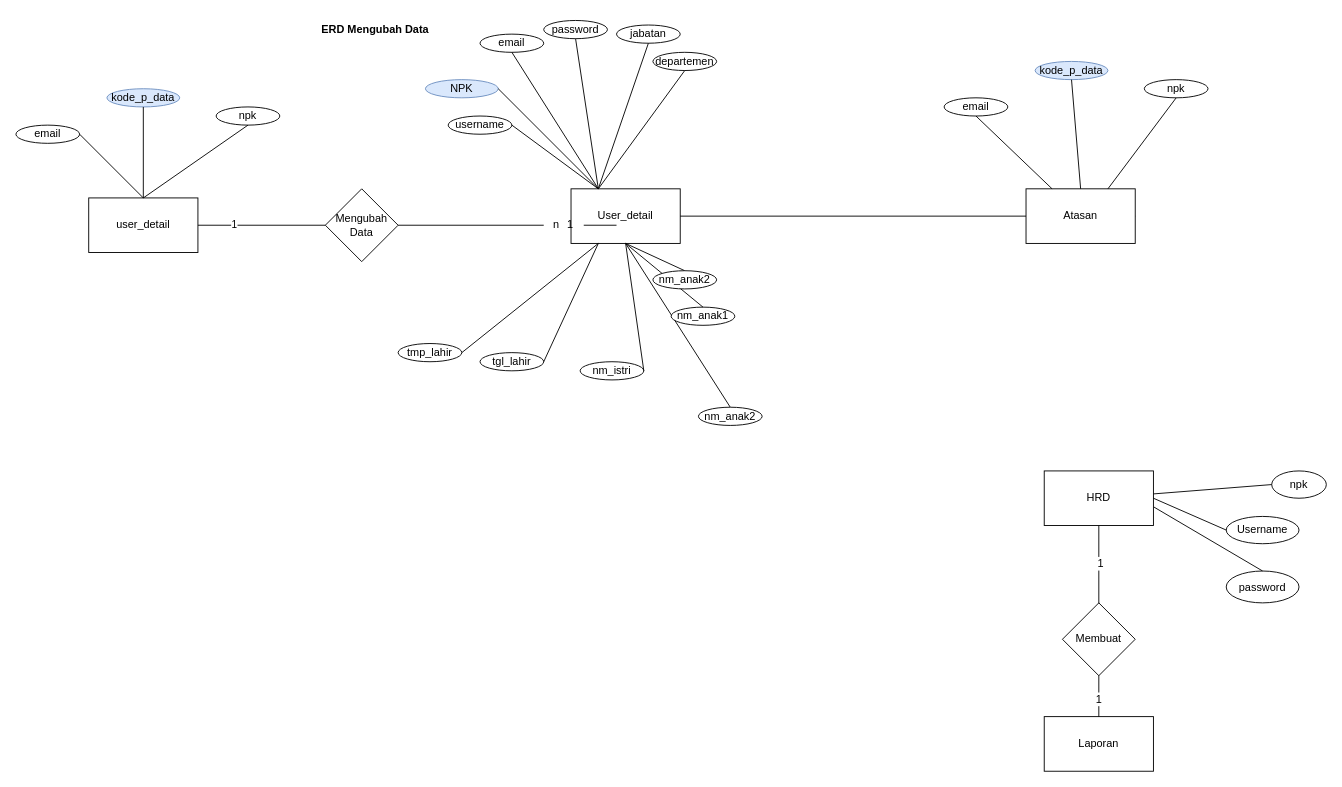
Earlier version of the draw.io diagram page "ERD" (2 of 6) of ERDS1AR/ERD S1AR.drawio (magang-aiia/ERD-Diagram). Source tidied: cells renumbered, new cells numbered last; positions are measured from the earlier drawing's top-left corner, leaving out a move shared by most shapes. Both pictures are drawn from the tidied source at 91%, with x=0, y=0 at pixel (15, 15).
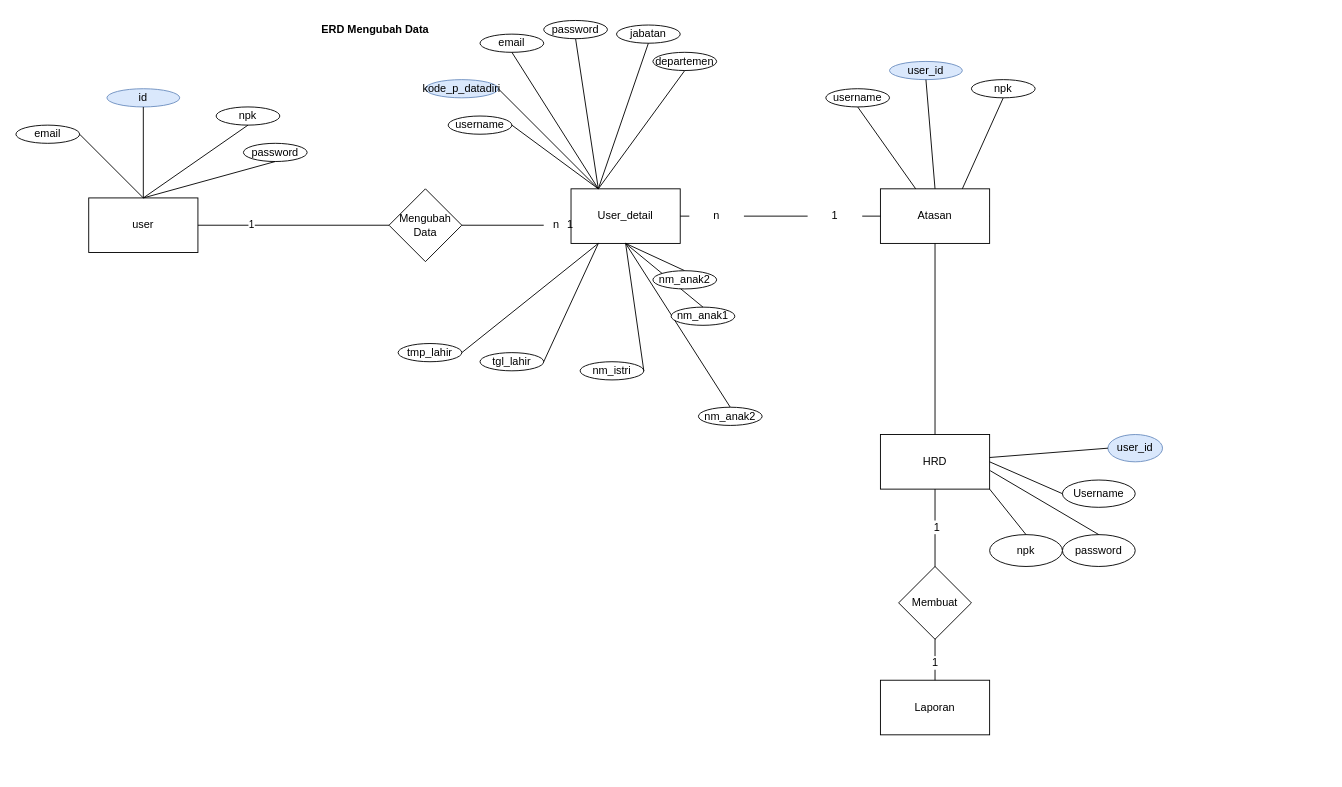
Above is the later version.

Unchanged cells that the change refers to:
```xml
<mxCell id="2" value="User_detail" style="rounded=0;whiteSpace=wrap;html=1;" parent="1" vertex="1">
  <mxGeometry x="610" y="190" width="120" height="60" as="geometry" />
</mxCell>
<mxCell id="8" value="1" style="text;html=1;align=center;verticalAlign=middle;points=[];strokeColor=none;fillColor=none;" parent="1" vertex="1">
  <mxGeometry x="594" y="215" width="30" height="30" as="geometry" />
</mxCell>
```

What changed in the source:
```diff
@@
-    <mxCell id="3" value="user_detail" style="rounded=0;whiteSpace=wrap;html=1;" parent="1" vertex="1">
+    <mxCell id="3" value="user" style="rounded=0;whiteSpace=wrap;html=1;" parent="1" vertex="1">
       <mxGeometry x="80" y="200" width="120" height="60" as="geometry" />
     </mxCell>
-    <mxCell id="4" style="endArrow=none;html=1;rounded=0;exitX=1;exitY=0.5;exitDx=0;exitDy=0;entryX=0;entryY=0.5;entryDx=0;entryDy=0;startArrow=none;" parent="1" edge="1" source="8">
-      <mxGeometry relative="1" as="geometry">
-        <mxPoint x="660" y="230" as="targetPoint" />
-      </mxGeometry>
-    </mxCell>
     <mxCell id="5" value="Mengubah Data" style="rhombus;whiteSpace=wrap;html=1;" parent="1" vertex="1">
-      <mxGeometry x="340" y="190" width="80" height="80" as="geometry" />
+      <mxGeometry x="410" y="190" width="80" height="80" as="geometry" />
     </mxCell>
@@
-    <mxCell id="14" value="NPK" style="ellipse;whiteSpace=wrap;html=1;fillColor=#dae8fc;strokeColor=#6c8ebf;" parent="1" vertex="1">
+    <mxCell id="14" value="kode_p_datadiri" style="ellipse;whiteSpace=wrap;html=1;fillColor=#dae8fc;strokeColor=#6c8ebf;" parent="1" vertex="1">
       <mxGeometry x="450" y="70" width="80" height="20" as="geometry" />
     </mxCell>
@@
-    <mxCell id="36" value="kode_p_data" style="ellipse;whiteSpace=wrap;html=1;fillColor=#dae8fc;strokeColor=#6c8ebf;" parent="1" vertex="1">
+    <mxCell id="36" value="id" style="ellipse;whiteSpace=wrap;html=1;fillColor=#dae8fc;strokeColor=#6c8ebf;" parent="1" vertex="1">
       <mxGeometry x="100" y="80" width="80" height="20" as="geometry" />
     </mxCell>
@@
     <mxCell id="40" value="HRD" style="rounded=0;whiteSpace=wrap;html=1;" parent="1" vertex="1">
-      <mxGeometry x="1130" y="500" width="120" height="60" as="geometry" />
+      <mxGeometry x="950" y="460" width="120" height="60" as="geometry" />
     </mxCell>
     <mxCell id="41" value="Username" style="ellipse;whiteSpace=wrap;html=1;fontSize=12;" parent="1" vertex="1">
-      <mxGeometry x="1330" y="550" width="80" height="30" as="geometry" />
+      <mxGeometry x="1150" y="510" width="80" height="30" as="geometry" />
     </mxCell>
-    <mxCell id="42" value="npk" style="ellipse;whiteSpace=wrap;html=1;fontSize=12;" parent="1" vertex="1">
-      <mxGeometry x="1380" y="500" width="60" height="30" as="geometry" />
+    <mxCell id="42" value="user_id" style="ellipse;whiteSpace=wrap;html=1;fontSize=12;fillColor=#dae8fc;strokeColor=#6c8ebf;" parent="1" vertex="1">
+      <mxGeometry x="1200" y="460" width="60" height="30" as="geometry" />
     </mxCell>
     <mxCell id="43" value="password" style="ellipse;whiteSpace=wrap;html=1;fontSize=12;" parent="1" vertex="1">
-      <mxGeometry x="1330" y="610" width="80" height="35" as="geometry" />
+      <mxGeometry x="1150" y="570" width="80" height="35" as="geometry" />
     </mxCell>
@@
     <mxCell id="47" value="Laporan" style="rounded=0;whiteSpace=wrap;html=1;fontSize=12;" parent="1" vertex="1">
-      <mxGeometry x="1130" y="770" width="120" height="60" as="geometry" />
+      <mxGeometry x="950" y="730" width="120" height="60" as="geometry" />
     </mxCell>
@@
     <mxCell id="51" value="Membuat" style="rhombus;whiteSpace=wrap;html=1;fontSize=12;" parent="1" vertex="1">
-      <mxGeometry x="1150" y="645" width="80" height="80" as="geometry" />
+      <mxGeometry x="970" y="605" width="80" height="80" as="geometry" />
     </mxCell>
@@
     <mxCell id="55" value="Atasan" style="rounded=0;whiteSpace=wrap;html=1;fontSize=12;" parent="1" vertex="1">
-      <mxGeometry x="1110" y="190" width="120" height="60" as="geometry" />
+      <mxGeometry x="950" y="190" width="120" height="60" as="geometry" />
     </mxCell>
-    <mxCell id="56" style="endArrow=none;html=1;rounded=0;fontSize=12;exitX=1;exitY=0.5;exitDx=0;exitDy=0;" parent="1" edge="1" source="2" target="55">
+    <mxCell id="56" style="endArrow=none;html=1;rounded=0;fontSize=12;exitX=1;exitY=0.5;exitDx=0;exitDy=0;startArrow=none;" parent="1" edge="1" source="63" target="55">
       <mxGeometry relative="1" as="geometry" />
     </mxCell>
-    <mxCell id="57" value="email" style="ellipse;whiteSpace=wrap;html=1;" parent="1" vertex="1">
-      <mxGeometry x="1020" y="90" width="70" height="20" as="geometry" />
+    <mxCell id="57" value="username" style="ellipse;whiteSpace=wrap;html=1;" parent="1" vertex="1">
+      <mxGeometry x="890" y="80" width="70" height="20" as="geometry" />
     </mxCell>
-    <mxCell id="58" value="kode_p_data" style="ellipse;whiteSpace=wrap;html=1;fillColor=#dae8fc;strokeColor=#6c8ebf;" parent="1" vertex="1">
-      <mxGeometry x="1120" y="50" width="80" height="20" as="geometry" />
+    <mxCell id="58" value="user_id" style="ellipse;whiteSpace=wrap;html=1;fillColor=#dae8fc;strokeColor=#6c8ebf;" parent="1" vertex="1">
+      <mxGeometry x="960" y="50" width="80" height="20" as="geometry" />
     </mxCell>
     <mxCell id="59" value="npk" style="ellipse;whiteSpace=wrap;html=1;" parent="1" vertex="1">
-      <mxGeometry x="1240" y="70" width="70" height="20" as="geometry" />
+      <mxGeometry x="1050" y="70" width="70" height="20" as="geometry" />
     </mxCell>
@@
+    <mxCell id="63" value="1" style="text;html=1;strokeColor=none;fillColor=none;align=center;verticalAlign=middle;whiteSpace=wrap;rounded=0;" parent="1" vertex="1">
+      <mxGeometry x="870" y="205" width="60" height="30" as="geometry" />
+    </mxCell>
+    <mxCell id="64" style="endArrow=none;html=1;rounded=0;fontSize=12;exitX=1;exitY=0.5;exitDx=0;exitDy=0;startArrow=none;" parent="1" edge="1" source="67" target="63">
+      <mxGeometry relative="1" as="geometry" />
+    </mxCell>
+    <mxCell id="65" value="password" style="ellipse;whiteSpace=wrap;html=1;" parent="1" vertex="1">
+      <mxGeometry x="250" y="140" width="70" height="20" as="geometry" />
+    </mxCell>
+    <mxCell id="66" style="endArrow=none;html=1;rounded=0;exitX=0.5;exitY=0;exitDx=0;exitDy=0;entryX=0.5;entryY=1;entryDx=0;entryDy=0;" parent="1" edge="1" source="3" target="65">
+      <mxGeometry relative="1" as="geometry" />
+    </mxCell>
+    <mxCell id="67" value="n" style="text;html=1;strokeColor=none;fillColor=none;align=center;verticalAlign=middle;whiteSpace=wrap;rounded=0;" parent="1" vertex="1">
+      <mxGeometry x="740" y="205" width="60" height="30" as="geometry" />
+    </mxCell>
+    <mxCell id="68" style="endArrow=none;html=1;rounded=0;fontSize=12;exitX=1;exitY=0.5;exitDx=0;exitDy=0;" parent="1" edge="1" source="2" target="67">
+      <mxGeometry relative="1" as="geometry" />
+    </mxCell>
+    <mxCell id="69" value="npk" style="ellipse;whiteSpace=wrap;html=1;fontSize=12;" parent="1" vertex="1">
+      <mxGeometry x="1070" y="570" width="80" height="35" as="geometry" />
+    </mxCell>
+    <mxCell id="70" style="endArrow=none;html=1;rounded=0;entryX=1;entryY=1;entryDx=0;entryDy=0;exitX=0.5;exitY=0;exitDx=0;exitDy=0;" parent="1" edge="1" source="69" target="40">
+      <mxGeometry relative="1" as="geometry" />
+    </mxCell>
+    <mxCell id="71" style="endArrow=none;html=1;rounded=0;entryX=0.5;entryY=1;entryDx=0;entryDy=0;" parent="1" edge="1" source="40" target="55">
+      <mxGeometry relative="1" as="geometry" />
+    </mxCell>
```
